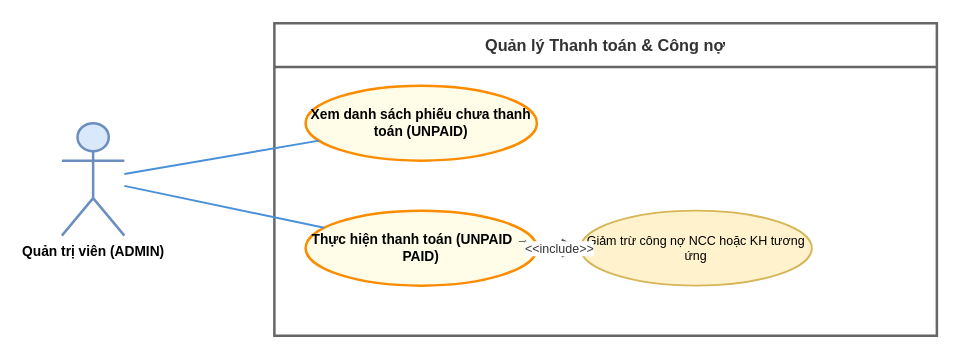
The draw.io diagram UseCase/ADMIN/14_cap_nhat_cong_no.drawio in Nghiatv2006/KhoHang, before the edit. Source tidied: cells renumbered, new cells numbered last; positions are measured from the earlier drawing's top-left corner, leaving out a move shared by most shapes. Both pictures are drawn from the tidied source at 125%, with x=0, y=0 at pixel (61, 22).
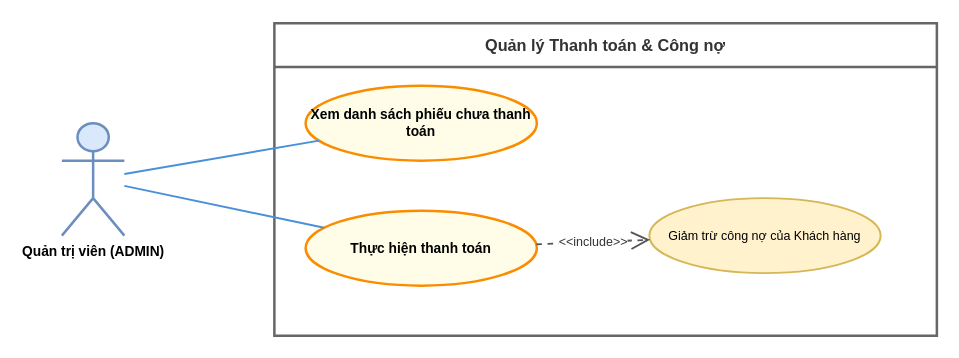
After the change.

Change to the diagram source:
```diff
@@
 <mxGraphModel>
   <root>
     <mxCell id="0" />
     <mxCell id="1" parent="0" />
     <mxCell id="2" value="Quản lý Thanh toán &amp; Công nợ" style="swimlane;startSize=35;whiteSpace=wrap;html=1;fontStyle=1;fontSize=13;                    fillColor=#f5f5f5;strokeColor=#666666;strokeWidth=2;fontColor=#333333;align=center;" parent="1" vertex="1">
       <mxGeometry x="170" width="530" height="250" as="geometry" />
     </mxCell>
+    <mxCell id="6" value="Giảm trừ công nợ của Khách hàng" style="ellipse;whiteSpace=wrap;html=1;fillColor=#fff2cc;strokeColor=#d6b656;strokeWidth=1.5;fontSize=10;align=center;" parent="2" vertex="1">
+      <mxGeometry x="300" y="140" width="185" height="60" as="geometry" />
+    </mxCell>
     <mxCell id="3" value="Quản trị viên (ADMIN)" style="shape=umlActor;verticalLabelPosition=bottom;verticalAlign=top;html=1;                    outlineConnect=0;fillColor=#dae8fc;strokeColor=#6c8ebf;strokeWidth=2;                    fontColor=#1a1a1a;fontStyle=1;fontSize=11;" parent="1" vertex="1">
       <mxGeometry y="80" width="50" height="90" as="geometry" />
     </mxCell>
-    <mxCell id="4" value="Xem danh sách phiếu chưa thanh toán (UNPAID)" style="ellipse;whiteSpace=wrap;html=1;fillColor=#fffde7;strokeColor=#fb8c00;strokeWidth=2;fontStyle=1;fontSize=11;align=center;" parent="1" vertex="1">
+    <mxCell id="4" value="Xem danh sách phiếu chưa thanh toán" style="ellipse;whiteSpace=wrap;html=1;fillColor=#fffde7;strokeColor=#fb8c00;strokeWidth=2;fontStyle=1;fontSize=11;align=center;" parent="1" vertex="1">
       <mxGeometry x="195" y="50" width="185" height="60" as="geometry" />
     </mxCell>
-    <mxCell id="5" value="Thực hiện thanh toán (UNPAID → PAID)" style="ellipse;whiteSpace=wrap;html=1;fillColor=#fffde7;strokeColor=#fb8c00;strokeWidth=2;fontStyle=1;fontSize=11;align=center;" parent="1" vertex="1">
+    <mxCell id="5" value="Thực hiện thanh toán" style="ellipse;whiteSpace=wrap;html=1;fillColor=#fffde7;strokeColor=#fb8c00;strokeWidth=2;fontStyle=1;fontSize=11;align=center;" parent="1" vertex="1">
       <mxGeometry x="195" y="150" width="185" height="60" as="geometry" />
     </mxCell>
-    <mxCell id="6" value="Giảm trừ công nợ NCC hoặc KH tương ứng" style="ellipse;whiteSpace=wrap;html=1;fillColor=#fff2cc;strokeColor=#d6b656;strokeWidth=1.5;fontSize=10;align=center;" parent="1" vertex="1">
-      <mxGeometry x="415" y="150" width="185" height="60" as="geometry" />
-    </mxCell>
     <mxCell id="7" style="endArrow=none;html=1;rounded=0;strokeColor=#4a90d9;strokeWidth=1.5;" parent="1" edge="1" source="3" target="4">
       <mxGeometry relative="1" as="geometry" />
     </mxCell>
     <mxCell id="8" style="endArrow=none;html=1;rounded=0;strokeColor=#4a90d9;strokeWidth=1.5;" parent="1" edge="1" source="3" target="5">
       <mxGeometry relative="1" as="geometry" />
     </mxCell>
     <mxCell id="9" value="&amp;lt;&amp;lt;include&amp;gt;&amp;gt;" style="endArrow=open;endSize=12;dashed=1;html=1;rounded=0;strokeColor=#555555;strokeWidth=1.5;labelBackgroundColor=#ffffff;fontColor=#333333;fontSize=10;align=center;" parent="1" edge="1" source="5" target="6">
       <mxGeometry relative="1" as="geometry" />
     </mxCell>
   </root>
 </mxGraphModel>
```
